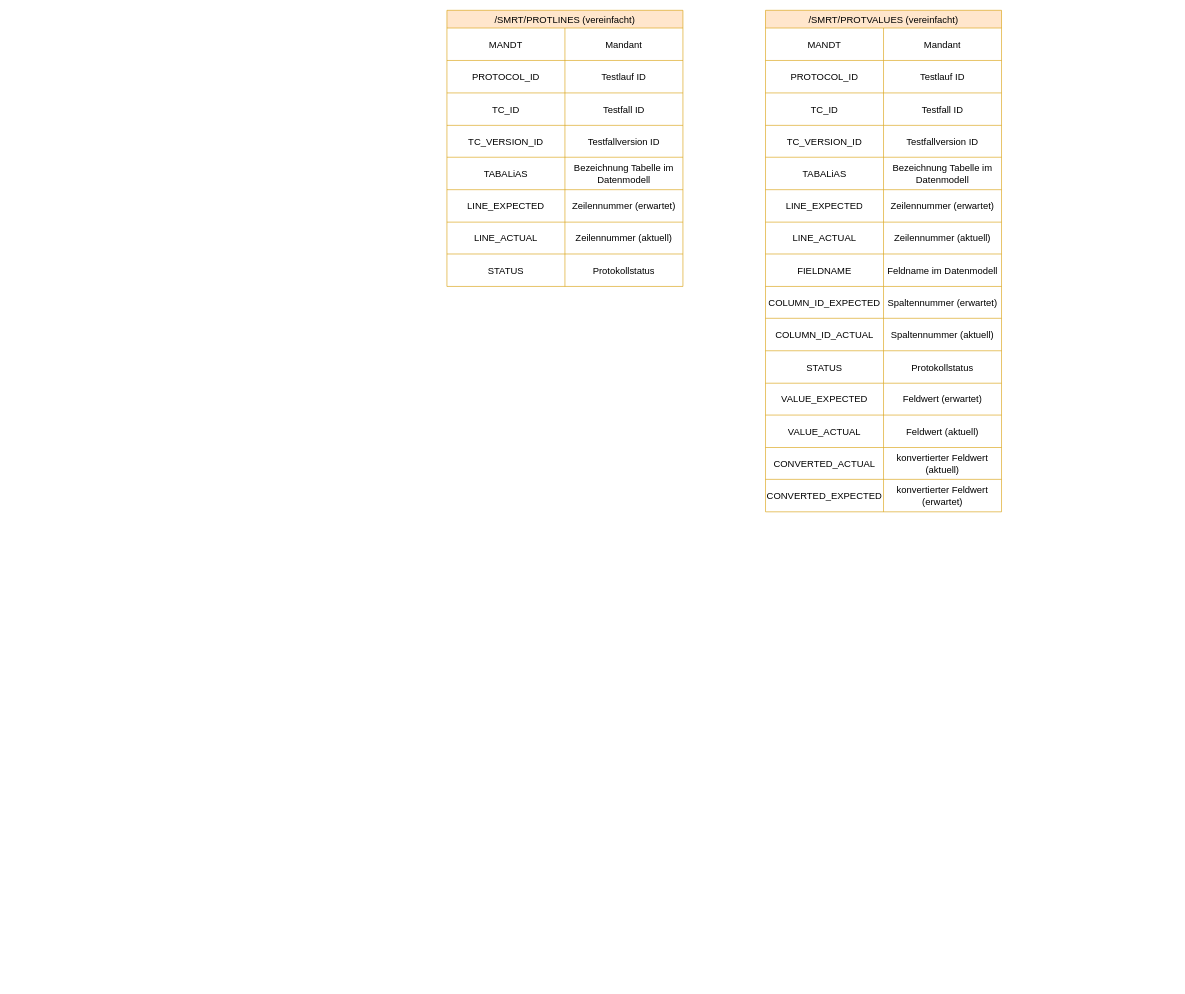
Raaphaaa/UI5-Playground keeps this draw.io diagram as Strukturierte Ansicht DatenModell.drawio. Above is the earlier version. Source tidied: cells renumbered, new cells numbered last; positions are measured from the earlier drawing's top-left corner, leaving out a move shared by most shapes. Both pictures are drawn from the tidied source at 59%, with x=0, y=0 at pixel (447, 10).
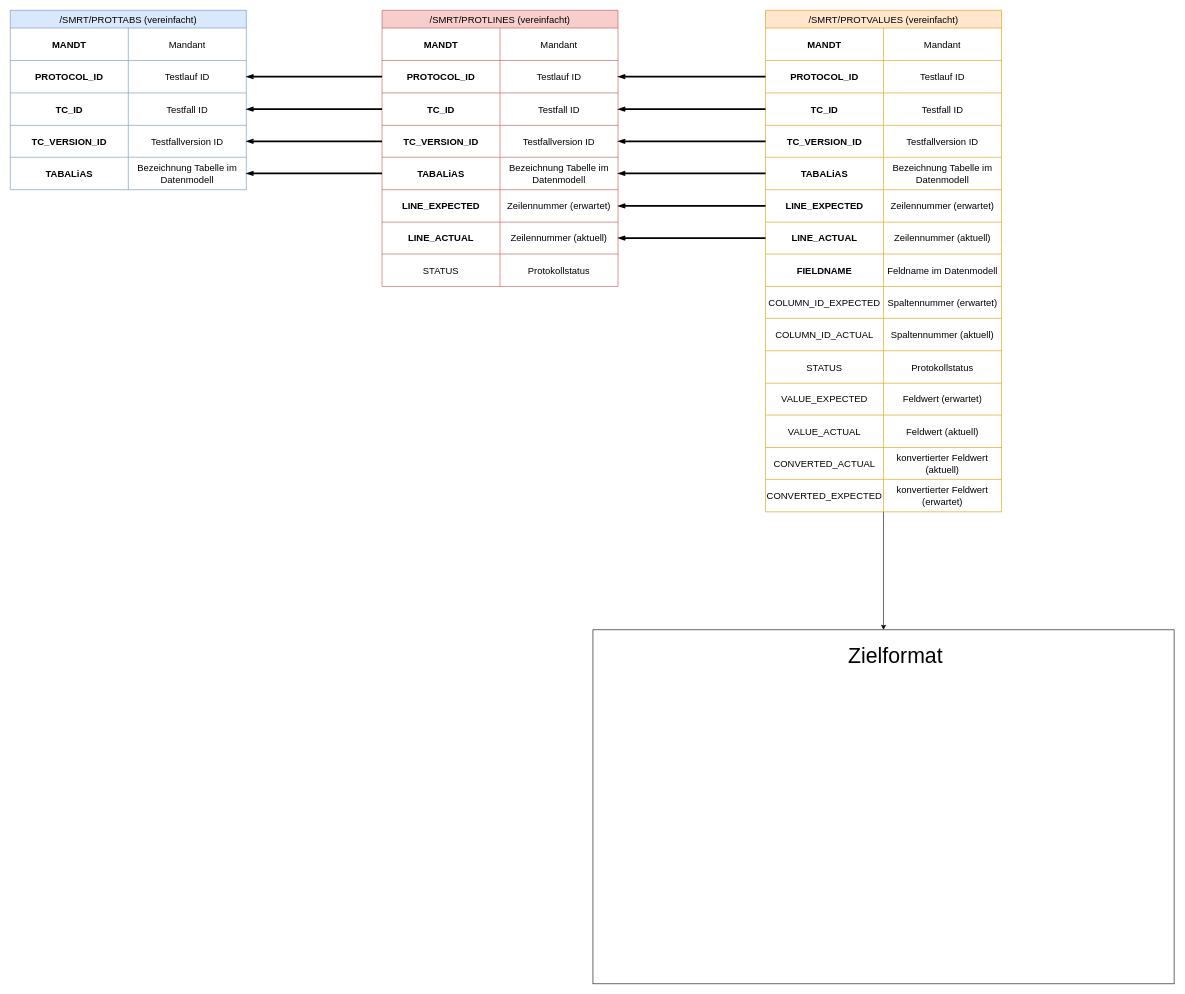
Above is the later version.

The change refers to these unchanged cells:
```xml
<mxCell id="2" value="/SMRT/PROTVALUES (vereinfacht)" style="shape=table;startSize=30;childLayout=tableLayout;strokeColor=#d79b00;fontSize=16;fillColor=#ffe6cc;" parent="1" vertex="1">
  <mxGeometry x="540" width="400" height="850" as="geometry" />
</mxCell>
<mxCell id="3" style="shape=tableRow;horizontal=0;startSize=0;swimlaneHead=0;swimlaneBody=0;strokeColor=inherit;top=0;left=0;bottom=0;right=0;fillColor=none;fontSize=16;" parent="2" vertex="1">
  <mxGeometry y="30" width="400" height="55" as="geometry" />
</mxCell>
<mxCell id="6" style="shape=tableRow;horizontal=0;startSize=0;swimlaneHead=0;swimlaneBody=0;strokeColor=inherit;top=0;left=0;bottom=0;right=0;fillColor=none;points=[[0,0.5],[1,0.5]];portConstraint=eastwest;fontSize=16;" parent="2" vertex="1">
  <mxGeometry y="85" width="400" height="55" as="geometry" />
</mxCell>
<mxCell id="9" style="shape=tableRow;horizontal=0;startSize=0;swimlaneHead=0;swimlaneBody=0;strokeColor=inherit;top=0;left=0;bottom=0;right=0;fillColor=none;points=[[0,0.5],[1,0.5]];portConstraint=eastwest;fontSize=16;" parent="2" vertex="1">
  <mxGeometry y="140" width="400" height="55" as="geometry" />
</mxCell>
<mxCell id="12" style="shape=tableRow;horizontal=0;startSize=0;swimlaneHead=0;swimlaneBody=0;strokeColor=inherit;top=0;left=0;bottom=0;right=0;fillColor=none;points=[[0,0.5],[1,0.5]];portConstraint=eastwest;fontSize=16;" parent="2" vertex="1">
  <mxGeometry y="195" width="400" height="54" as="geometry" />
</mxCell>
<mxCell id="15" style="shape=tableRow;horizontal=0;startSize=0;swimlaneHead=0;swimlaneBody=0;strokeColor=inherit;top=0;left=0;bottom=0;right=0;fillColor=none;points=[[0,0.5],[1,0.5]];portConstraint=eastwest;fontSize=16;" parent="2" vertex="1">
  <mxGeometry y="249" width="400" height="55" as="geometry" />
</mxCell>
<mxCell id="18" style="shape=tableRow;horizontal=0;startSize=0;swimlaneHead=0;swimlaneBody=0;strokeColor=inherit;top=0;left=0;bottom=0;right=0;fillColor=none;points=[[0,0.5],[1,0.5]];portConstraint=eastwest;fontSize=16;" parent="2" vertex="1">
  <mxGeometry y="304" width="400" height="55" as="geometry" />
</mxCell>
<mxCell id="21" style="shape=tableRow;horizontal=0;startSize=0;swimlaneHead=0;swimlaneBody=0;strokeColor=inherit;top=0;left=0;bottom=0;right=0;fillColor=none;points=[[0,0.5],[1,0.5]];portConstraint=eastwest;fontSize=16;" parent="2" vertex="1">
  <mxGeometry y="359" width="400" height="54" as="geometry" />
</mxCell>
<mxCell id="24" style="shape=tableRow;horizontal=0;startSize=0;swimlaneHead=0;swimlaneBody=0;strokeColor=inherit;top=0;left=0;bottom=0;right=0;fillColor=none;fontSize=16;" parent="2" vertex="1">
  <mxGeometry y="413" width="400" height="55" as="geometry" />
</mxCell>
<mxCell id="49" style="shape=tableRow;horizontal=0;startSize=0;swimlaneHead=0;swimlaneBody=0;strokeColor=inherit;top=0;left=0;bottom=0;right=0;fillColor=none;fontSize=16;" parent="48" vertex="1">
  <mxGeometry y="30" width="400" height="55" as="geometry" />
</mxCell>
<mxCell id="52" style="shape=tableRow;horizontal=0;startSize=0;swimlaneHead=0;swimlaneBody=0;strokeColor=inherit;top=0;left=0;bottom=0;right=0;fillColor=none;points=[[0,0.5],[1,0.5]];portConstraint=eastwest;fontSize=16;" parent="48" vertex="1">
  <mxGeometry y="85" width="400" height="55" as="geometry" />
</mxCell>
<mxCell id="55" style="shape=tableRow;horizontal=0;startSize=0;swimlaneHead=0;swimlaneBody=0;strokeColor=inherit;top=0;left=0;bottom=0;right=0;fillColor=none;points=[[0,0.5],[1,0.5]];portConstraint=eastwest;fontSize=16;" parent="48" vertex="1">
  <mxGeometry y="140" width="400" height="55" as="geometry" />
</mxCell>
<mxCell id="58" style="shape=tableRow;horizontal=0;startSize=0;swimlaneHead=0;swimlaneBody=0;strokeColor=inherit;top=0;left=0;bottom=0;right=0;fillColor=none;points=[[0,0.5],[1,0.5]];portConstraint=eastwest;fontSize=16;" parent="48" vertex="1">
  <mxGeometry y="195" width="400" height="54" as="geometry" />
</mxCell>
<mxCell id="61" style="shape=tableRow;horizontal=0;startSize=0;swimlaneHead=0;swimlaneBody=0;strokeColor=inherit;top=0;left=0;bottom=0;right=0;fillColor=none;points=[[0,0.5],[1,0.5]];portConstraint=eastwest;fontSize=16;" parent="48" vertex="1">
  <mxGeometry y="249" width="400" height="55" as="geometry" />
</mxCell>
<mxCell id="64" style="shape=tableRow;horizontal=0;startSize=0;swimlaneHead=0;swimlaneBody=0;strokeColor=inherit;top=0;left=0;bottom=0;right=0;fillColor=none;points=[[0,0.5],[1,0.5]];portConstraint=eastwest;fontSize=16;" parent="48" vertex="1">
  <mxGeometry y="304" width="400" height="55" as="geometry" />
</mxCell>
<mxCell id="67" style="shape=tableRow;horizontal=0;startSize=0;swimlaneHead=0;swimlaneBody=0;strokeColor=inherit;top=0;left=0;bottom=0;right=0;fillColor=none;points=[[0,0.5],[1,0.5]];portConstraint=eastwest;fontSize=16;" parent="48" vertex="1">
  <mxGeometry y="359" width="400" height="54" as="geometry" />
</mxCell>
```

What changed in the source:
```diff
@@
+    <mxCell id="73" style="edgeStyle=orthogonalEdgeStyle;rounded=0;jettySize=auto;html=1;" parent="1" edge="1" source="2" target="101">
+      <mxGeometry relative="1" as="geometry" />
+    </mxCell>
@@
-    <mxCell id="4" value="MANDT" style="shape=partialRectangle;html=1;whiteSpace=wrap;strokeColor=inherit;overflow=hidden;fillColor=none;top=0;left=0;bottom=0;right=0;fontSize=16;" parent="3" vertex="1">
+    <mxCell id="4" value="MANDT" style="shape=partialRectangle;html=1;whiteSpace=wrap;strokeColor=inherit;overflow=hidden;fillColor=none;top=0;left=0;bottom=0;right=0;fontSize=16;fontStyle=1;" parent="3" vertex="1">
       <mxGeometry width="200" height="55" as="geometry" />
     </mxCell>
@@
-    <mxCell id="7" value="PROTOCOL_ID" style="shape=partialRectangle;html=1;whiteSpace=wrap;strokeColor=inherit;overflow=hidden;fillColor=none;top=0;left=0;bottom=0;right=0;fontSize=16;" parent="6" vertex="1">
+    <mxCell id="7" value="PROTOCOL_ID" style="shape=partialRectangle;html=1;whiteSpace=wrap;strokeColor=inherit;overflow=hidden;fillColor=none;top=0;left=0;bottom=0;right=0;fontSize=16;fontStyle=1;" parent="6" vertex="1">
       <mxGeometry width="200" height="55" as="geometry" />
     </mxCell>
@@
-    <mxCell id="10" value="TC_ID" style="shape=partialRectangle;html=1;whiteSpace=wrap;strokeColor=inherit;overflow=hidden;fillColor=none;top=0;left=0;bottom=0;right=0;fontSize=16;" parent="9" vertex="1">
+    <mxCell id="10" value="TC_ID" style="shape=partialRectangle;html=1;whiteSpace=wrap;strokeColor=inherit;overflow=hidden;fillColor=none;top=0;left=0;bottom=0;right=0;fontSize=16;fontStyle=1;" parent="9" vertex="1">
       <mxGeometry width="200" height="55" as="geometry" />
     </mxCell>
@@
-    <mxCell id="13" value="TC_VERSION_ID" style="shape=partialRectangle;html=1;whiteSpace=wrap;strokeColor=inherit;overflow=hidden;fillColor=none;top=0;left=0;bottom=0;right=0;fontSize=16;" parent="12" vertex="1">
+    <mxCell id="13" value="TC_VERSION_ID" style="shape=partialRectangle;html=1;whiteSpace=wrap;strokeColor=inherit;overflow=hidden;fillColor=none;top=0;left=0;bottom=0;right=0;fontSize=16;fontStyle=1;" parent="12" vertex="1">
       <mxGeometry width="200" height="54" as="geometry" />
     </mxCell>
@@
-    <mxCell id="16" value="TABALiAS" style="shape=partialRectangle;html=1;whiteSpace=wrap;strokeColor=inherit;overflow=hidden;fillColor=none;top=0;left=0;bottom=0;right=0;fontSize=16;" parent="15" vertex="1">
+    <mxCell id="16" value="TABALiAS" style="shape=partialRectangle;html=1;whiteSpace=wrap;strokeColor=inherit;overflow=hidden;fillColor=none;top=0;left=0;bottom=0;right=0;fontSize=16;fontStyle=1;" parent="15" vertex="1">
       <mxGeometry width="200" height="55" as="geometry" />
     </mxCell>
@@
-    <mxCell id="19" value="LINE_EXPECTED" style="shape=partialRectangle;html=1;whiteSpace=wrap;strokeColor=inherit;overflow=hidden;fillColor=none;top=0;left=0;bottom=0;right=0;fontSize=16;" parent="18" vertex="1">
+    <mxCell id="19" value="LINE_EXPECTED" style="shape=partialRectangle;html=1;whiteSpace=wrap;strokeColor=inherit;overflow=hidden;fillColor=none;top=0;left=0;bottom=0;right=0;fontSize=16;fontStyle=1;" parent="18" vertex="1">
       <mxGeometry width="200" height="55" as="geometry" />
     </mxCell>
@@
-    <mxCell id="22" value="LINE_ACTUAL" style="shape=partialRectangle;html=1;whiteSpace=wrap;strokeColor=inherit;overflow=hidden;fillColor=none;top=0;left=0;bottom=0;right=0;fontSize=16;" parent="21" vertex="1">
+    <mxCell id="22" value="LINE_ACTUAL" style="shape=partialRectangle;html=1;whiteSpace=wrap;strokeColor=inherit;overflow=hidden;fillColor=none;top=0;left=0;bottom=0;right=0;fontSize=16;fontStyle=1;" parent="21" vertex="1">
       <mxGeometry width="200" height="54" as="geometry" />
     </mxCell>
@@
-    <mxCell id="25" value="FIELDNAME" style="shape=partialRectangle;html=1;whiteSpace=wrap;strokeColor=inherit;overflow=hidden;fillColor=none;top=0;left=0;bottom=0;right=0;fontSize=16;" parent="24" vertex="1">
+    <mxCell id="25" value="FIELDNAME" style="shape=partialRectangle;html=1;whiteSpace=wrap;strokeColor=inherit;overflow=hidden;fillColor=none;top=0;left=0;bottom=0;right=0;fontSize=16;fontStyle=1;" parent="24" vertex="1">
       <mxGeometry width="200" height="55" as="geometry" />
     </mxCell>
@@
-    <mxCell id="48" value="/SMRT/PROTLINES (vereinfacht)" style="shape=table;startSize=30;childLayout=tableLayout;strokeColor=#d79b00;fontSize=16;fillColor=#ffe6cc;" parent="1" vertex="1">
-      <mxGeometry width="400" height="468" as="geometry" />
+    <mxCell id="48" value="/SMRT/PROTLINES (vereinfacht)" style="shape=table;startSize=30;childLayout=tableLayout;strokeColor=#b85450;fontSize=16;fillColor=#f8cecc;" parent="1" vertex="1">
+      <mxGeometry x="-110" width="400" height="468" as="geometry" />
     </mxCell>
@@
-    <mxCell id="50" value="MANDT" style="shape=partialRectangle;html=1;whiteSpace=wrap;strokeColor=inherit;overflow=hidden;fillColor=none;top=0;left=0;bottom=0;right=0;fontSize=16;" parent="49" vertex="1">
+    <mxCell id="50" value="MANDT" style="shape=partialRectangle;html=1;whiteSpace=wrap;strokeColor=inherit;overflow=hidden;fillColor=none;top=0;left=0;bottom=0;right=0;fontSize=16;fontStyle=1;" parent="49" vertex="1">
       <mxGeometry width="200" height="55" as="geometry" />
     </mxCell>
@@
-    <mxCell id="53" value="PROTOCOL_ID" style="shape=partialRectangle;html=1;whiteSpace=wrap;strokeColor=inherit;overflow=hidden;fillColor=none;top=0;left=0;bottom=0;right=0;fontSize=16;" parent="52" vertex="1">
+    <mxCell id="53" value="PROTOCOL_ID" style="shape=partialRectangle;html=1;whiteSpace=wrap;strokeColor=inherit;overflow=hidden;fillColor=none;top=0;left=0;bottom=0;right=0;fontSize=16;fontStyle=1;" parent="52" vertex="1">
       <mxGeometry width="200" height="55" as="geometry" />
     </mxCell>
@@
-    <mxCell id="56" value="TC_ID" style="shape=partialRectangle;html=1;whiteSpace=wrap;strokeColor=inherit;overflow=hidden;fillColor=none;top=0;left=0;bottom=0;right=0;fontSize=16;" parent="55" vertex="1">
+    <mxCell id="56" value="TC_ID" style="shape=partialRectangle;html=1;whiteSpace=wrap;strokeColor=inherit;overflow=hidden;fillColor=none;top=0;left=0;bottom=0;right=0;fontSize=16;fontStyle=1;" parent="55" vertex="1">
       <mxGeometry width="200" height="55" as="geometry" />
     </mxCell>
@@
-    <mxCell id="59" value="TC_VERSION_ID" style="shape=partialRectangle;html=1;whiteSpace=wrap;strokeColor=inherit;overflow=hidden;fillColor=none;top=0;left=0;bottom=0;right=0;fontSize=16;" parent="58" vertex="1">
+    <mxCell id="59" value="TC_VERSION_ID" style="shape=partialRectangle;html=1;whiteSpace=wrap;strokeColor=inherit;overflow=hidden;fillColor=none;top=0;left=0;bottom=0;right=0;fontSize=16;fontStyle=1;" parent="58" vertex="1">
       <mxGeometry width="200" height="54" as="geometry" />
     </mxCell>
@@
-    <mxCell id="62" value="TABALiAS" style="shape=partialRectangle;html=1;whiteSpace=wrap;strokeColor=inherit;overflow=hidden;fillColor=none;top=0;left=0;bottom=0;right=0;fontSize=16;" parent="61" vertex="1">
+    <mxCell id="62" value="TABALiAS" style="shape=partialRectangle;html=1;whiteSpace=wrap;strokeColor=inherit;overflow=hidden;fillColor=none;top=0;left=0;bottom=0;right=0;fontSize=16;fontStyle=1;" parent="61" vertex="1">
       <mxGeometry width="200" height="55" as="geometry" />
     </mxCell>
@@
-    <mxCell id="65" value="LINE_EXPECTED" style="shape=partialRectangle;html=1;whiteSpace=wrap;strokeColor=inherit;overflow=hidden;fillColor=none;top=0;left=0;bottom=0;right=0;fontSize=16;" parent="64" vertex="1">
+    <mxCell id="65" value="LINE_EXPECTED" style="shape=partialRectangle;html=1;whiteSpace=wrap;strokeColor=inherit;overflow=hidden;fillColor=none;top=0;left=0;bottom=0;right=0;fontSize=16;fontStyle=1;" parent="64" vertex="1">
       <mxGeometry width="200" height="55" as="geometry" />
     </mxCell>
@@
-    <mxCell id="68" value="LINE_ACTUAL" style="shape=partialRectangle;html=1;whiteSpace=wrap;strokeColor=inherit;overflow=hidden;fillColor=none;top=0;left=0;bottom=0;right=0;fontSize=16;" parent="67" vertex="1">
+    <mxCell id="68" value="LINE_ACTUAL" style="shape=partialRectangle;html=1;whiteSpace=wrap;strokeColor=inherit;overflow=hidden;fillColor=none;top=0;left=0;bottom=0;right=0;fontSize=16;fontStyle=1;" parent="67" vertex="1">
       <mxGeometry width="200" height="54" as="geometry" />
     </mxCell>
@@
+    <mxCell id="74" style="edgeStyle=orthogonalEdgeStyle;rounded=1;jettySize=auto;html=1;curved=0;endArrow=openThin;endFill=0;strokeWidth=3;" parent="1" edge="1" source="6" target="52">
+      <mxGeometry relative="1" as="geometry" />
+    </mxCell>
+    <mxCell id="75" style="edgeStyle=orthogonalEdgeStyle;rounded=1;jettySize=auto;html=1;endArrow=openThin;endFill=0;curved=0;strokeColor=default;strokeWidth=3;align=center;verticalAlign=middle;fontFamily=Helvetica;fontSize=11;fontColor=default;labelBackgroundColor=default;" parent="1" edge="1" source="9" target="55">
+      <mxGeometry relative="1" as="geometry" />
+    </mxCell>
+    <mxCell id="76" style="edgeStyle=orthogonalEdgeStyle;rounded=1;jettySize=auto;html=1;strokeColor=default;align=center;verticalAlign=middle;fontFamily=Helvetica;fontSize=11;fontColor=default;labelBackgroundColor=default;endArrow=openThin;endFill=0;curved=0;strokeWidth=3;" parent="1" edge="1" source="12" target="58">
+      <mxGeometry relative="1" as="geometry" />
+    </mxCell>
+    <mxCell id="77" style="edgeStyle=orthogonalEdgeStyle;rounded=1;jettySize=auto;html=1;strokeColor=default;align=center;verticalAlign=middle;fontFamily=Helvetica;fontSize=11;fontColor=default;labelBackgroundColor=default;endArrow=openThin;endFill=0;curved=0;strokeWidth=3;" parent="1" edge="1" source="15" target="61">
+      <mxGeometry relative="1" as="geometry" />
+    </mxCell>
+    <mxCell id="78" style="edgeStyle=orthogonalEdgeStyle;rounded=1;jettySize=auto;html=1;entryX=1;entryY=0.5;entryDx=0;entryDy=0;strokeColor=default;align=center;verticalAlign=middle;fontFamily=Helvetica;fontSize=11;fontColor=default;labelBackgroundColor=default;endArrow=openThin;endFill=0;curved=0;strokeWidth=3;" parent="1" edge="1" source="18" target="64">
+      <mxGeometry relative="1" as="geometry" />
+    </mxCell>
+    <mxCell id="79" style="edgeStyle=orthogonalEdgeStyle;rounded=1;jettySize=auto;html=1;strokeColor=default;align=center;verticalAlign=middle;fontFamily=Helvetica;fontSize=11;fontColor=default;labelBackgroundColor=default;endArrow=openThin;endFill=0;curved=0;strokeWidth=3;" parent="1" edge="1" source="21" target="67">
+      <mxGeometry relative="1" as="geometry" />
+    </mxCell>
+    <mxCell id="80" value="/SMRT/PROTTABS (vereinfacht)" style="shape=table;startSize=30;childLayout=tableLayout;strokeColor=#6c8ebf;fontSize=16;fillColor=#dae8fc;" parent="1" vertex="1">
+      <mxGeometry x="-740" width="400" height="304" as="geometry" />
+    </mxCell>
+    <mxCell id="81" style="shape=tableRow;horizontal=0;startSize=0;swimlaneHead=0;swimlaneBody=0;strokeColor=inherit;top=0;left=0;bottom=0;right=0;fillColor=none;fontSize=16;" parent="80" vertex="1">
+      <mxGeometry y="30" width="400" height="55" as="geometry" />
+    </mxCell>
+    <mxCell id="82" value="MANDT" style="shape=partialRectangle;html=1;whiteSpace=wrap;strokeColor=inherit;overflow=hidden;fillColor=none;top=0;left=0;bottom=0;right=0;fontSize=16;fontStyle=1;" parent="81" vertex="1">
+      <mxGeometry width="200" height="55" as="geometry" />
+    </mxCell>
+    <mxCell id="83" value="Mandant" style="shape=partialRectangle;html=1;whiteSpace=wrap;strokeColor=inherit;overflow=hidden;fillColor=none;top=0;left=0;bottom=0;right=0;fontSize=16;" parent="81" vertex="1">
+      <mxGeometry x="200" width="200" height="55" as="geometry" />
+    </mxCell>
+    <mxCell id="84" style="shape=tableRow;horizontal=0;startSize=0;swimlaneHead=0;swimlaneBody=0;strokeColor=inherit;top=0;left=0;bottom=0;right=0;fillColor=none;points=[[0,0.5],[1,0.5]];portConstraint=eastwest;fontSize=16;" parent="80" vertex="1">
+      <mxGeometry y="85" width="400" height="55" as="geometry" />
+    </mxCell>
+    <mxCell id="85" value="PROTOCOL_ID" style="shape=partialRectangle;html=1;whiteSpace=wrap;strokeColor=inherit;overflow=hidden;fillColor=none;top=0;left=0;bottom=0;right=0;fontSize=16;fontStyle=1;" parent="84" vertex="1">
+      <mxGeometry width="200" height="55" as="geometry" />
+    </mxCell>
+    <mxCell id="86" value="Testlauf ID" style="shape=partialRectangle;html=1;whiteSpace=wrap;strokeColor=inherit;overflow=hidden;fillColor=none;top=0;left=0;bottom=0;right=0;fontSize=16;" parent="84" vertex="1">
+      <mxGeometry x="200" width="200" height="55" as="geometry" />
+    </mxCell>
+    <mxCell id="87" style="shape=tableRow;horizontal=0;startSize=0;swimlaneHead=0;swimlaneBody=0;strokeColor=inherit;top=0;left=0;bottom=0;right=0;fillColor=none;points=[[0,0.5],[1,0.5]];portConstraint=eastwest;fontSize=16;" parent="80" vertex="1">
+      <mxGeometry y="140" width="400" height="55" as="geometry" />
+    </mxCell>
+    <mxCell id="88" value="TC_ID" style="shape=partialRectangle;html=1;whiteSpace=wrap;strokeColor=inherit;overflow=hidden;fillColor=none;top=0;left=0;bottom=0;right=0;fontSize=16;fontStyle=1;" parent="87" vertex="1">
+      <mxGeometry width="200" height="55" as="geometry" />
+    </mxCell>
+    <mxCell id="89" value="Testfall ID" style="shape=partialRectangle;html=1;whiteSpace=wrap;strokeColor=inherit;overflow=hidden;fillColor=none;top=0;left=0;bottom=0;right=0;fontSize=16;" parent="87" vertex="1">
+      <mxGeometry x="200" width="200" height="55" as="geometry" />
+    </mxCell>
+    <mxCell id="90" style="shape=tableRow;horizontal=0;startSize=0;swimlaneHead=0;swimlaneBody=0;strokeColor=inherit;top=0;left=0;bottom=0;right=0;fillColor=none;points=[[0,0.5],[1,0.5]];portConstraint=eastwest;fontSize=16;" parent="80" vertex="1">
+      <mxGeometry y="195" width="400" height="54" as="geometry" />
+    </mxCell>
+    <mxCell id="91" value="TC_VERSION_ID" style="shape=partialRectangle;html=1;whiteSpace=wrap;strokeColor=inherit;overflow=hidden;fillColor=none;top=0;left=0;bottom=0;right=0;fontSize=16;fontStyle=1;" parent="90" vertex="1">
+      <mxGeometry width="200" height="54" as="geometry" />
+    </mxCell>
+    <mxCell id="92" value="Testfallversion ID" style="shape=partialRectangle;html=1;whiteSpace=wrap;strokeColor=inherit;overflow=hidden;fillColor=none;top=0;left=0;bottom=0;right=0;fontSize=16;" parent="90" vertex="1">
+      <mxGeometry x="200" width="200" height="54" as="geometry" />
+    </mxCell>
+    <mxCell id="93" style="shape=tableRow;horizontal=0;startSize=0;swimlaneHead=0;swimlaneBody=0;strokeColor=inherit;top=0;left=0;bottom=0;right=0;fillColor=none;points=[[0,0.5],[1,0.5]];portConstraint=eastwest;fontSize=16;" parent="80" vertex="1">
+      <mxGeometry y="249" width="400" height="55" as="geometry" />
+    </mxCell>
+    <mxCell id="94" value="TABALiAS" style="shape=partialRectangle;html=1;whiteSpace=wrap;strokeColor=inherit;overflow=hidden;fillColor=none;top=0;left=0;bottom=0;right=0;fontSize=16;fontStyle=1;" parent="93" vertex="1">
+      <mxGeometry width="200" height="55" as="geometry" />
+    </mxCell>
+    <mxCell id="95" value="Bezeichnung Tabelle im Datenmodell" style="shape=partialRectangle;html=1;whiteSpace=wrap;strokeColor=inherit;overflow=hidden;fillColor=none;top=0;left=0;bottom=0;right=0;fontSize=16;" parent="93" vertex="1">
+      <mxGeometry x="200" width="200" height="55" as="geometry" />
+    </mxCell>
+    <mxCell id="96" style="edgeStyle=orthogonalEdgeStyle;rounded=1;jettySize=auto;html=1;strokeColor=default;strokeWidth=3;align=center;verticalAlign=middle;fontFamily=Helvetica;fontSize=11;fontColor=default;labelBackgroundColor=default;endArrow=openThin;endFill=0;curved=0;" parent="1" edge="1" source="52" target="84">
+      <mxGeometry relative="1" as="geometry" />
+    </mxCell>
+    <mxCell id="97" style="edgeStyle=orthogonalEdgeStyle;rounded=1;jettySize=auto;html=1;strokeColor=default;strokeWidth=3;align=center;verticalAlign=middle;fontFamily=Helvetica;fontSize=11;fontColor=default;labelBackgroundColor=default;endArrow=openThin;endFill=0;curved=0;" parent="1" edge="1" source="55" target="87">
+      <mxGeometry relative="1" as="geometry" />
+    </mxCell>
+    <mxCell id="98" style="edgeStyle=orthogonalEdgeStyle;rounded=1;jettySize=auto;html=1;strokeColor=default;strokeWidth=3;align=center;verticalAlign=middle;fontFamily=Helvetica;fontSize=11;fontColor=default;labelBackgroundColor=default;endArrow=openThin;endFill=0;curved=0;" parent="1" edge="1" source="58" target="90">
+      <mxGeometry relative="1" as="geometry" />
+    </mxCell>
+    <mxCell id="99" style="edgeStyle=orthogonalEdgeStyle;rounded=1;jettySize=auto;html=1;strokeColor=default;strokeWidth=3;align=center;verticalAlign=middle;fontFamily=Helvetica;fontSize=11;fontColor=default;labelBackgroundColor=default;endArrow=openThin;endFill=0;curved=0;" parent="1" edge="1" source="61" target="93">
+      <mxGeometry relative="1" as="geometry" />
+    </mxCell>
+    <mxCell id="100" style="group;" parent="1" vertex="1">
+      <mxGeometry x="247.5" y="1050" width="985" height="600" as="geometry" />
+    </mxCell>
+    <mxCell id="101" style="rounded=0;whiteSpace=wrap;html=1;" parent="100" vertex="1">
+      <mxGeometry width="985" height="600" as="geometry" />
+    </mxCell>
+    <mxCell id="102" value="Zielformat" style="text;html=1;whiteSpace=wrap;strokeColor=none;fillColor=none;align=center;verticalAlign=middle;rounded=0;fontSize=36;" parent="100" vertex="1">
+      <mxGeometry x="383.6" width="259.2" height="85.7" as="geometry" />
+    </mxCell>
```
